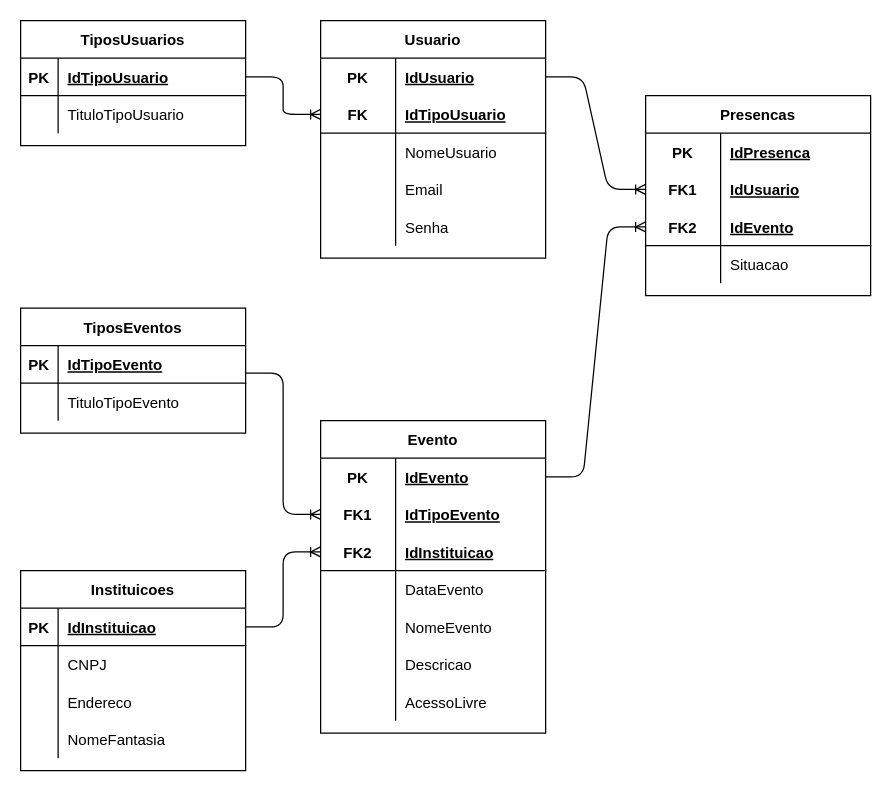
Above: page "Lógico" (2 of 2) of Projeto-GUFI/Projeto-Gufi-Modelos.drawio in Carlos-Augusto-Roque/Sprint1_bd (draw.io), before the change. Source tidied: cells renumbered, new cells numbered last; positions are measured from the earlier drawing's top-left corner, leaving out a move shared by most shapes. Both pictures are drawn from the tidied source at 125%, with x=0, y=0 at pixel (20, 20).
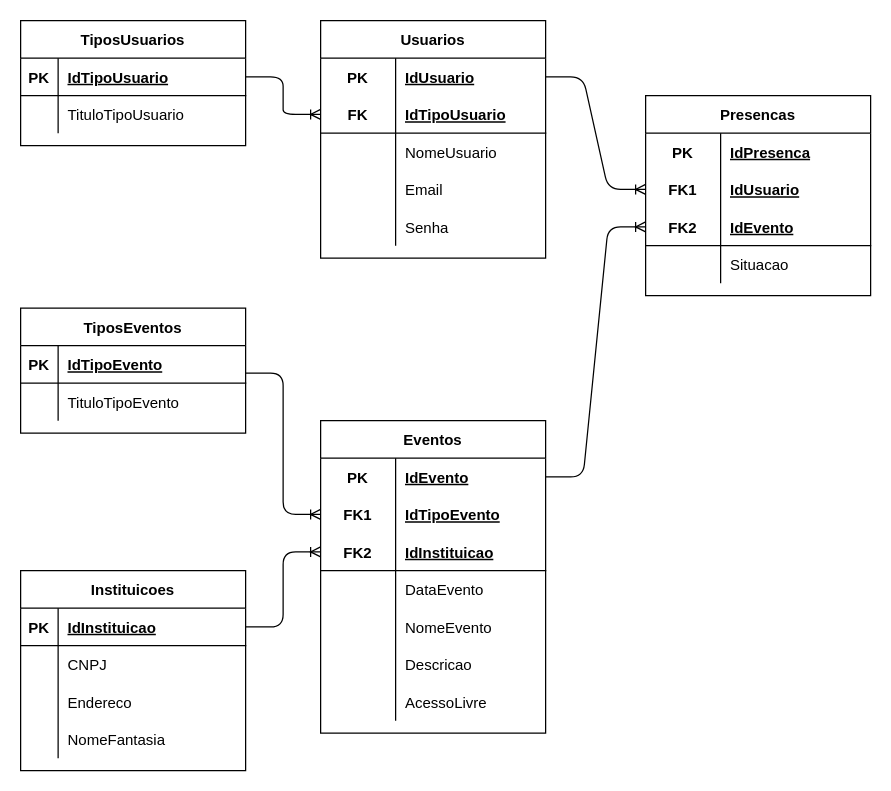
The same diagram, later.

Change to the diagram source:
```diff
@@
-    <mxCell id="29" value="Usuario" style="shape=table;startSize=30;childLayout=tableLayout;rowLines=0;fontStyle=1;align=center;" parent="1" vertex="1">
+    <mxCell id="29" value="Usuarios" style="shape=table;startSize=30;childLayout=tableLayout;rowLines=0;fontStyle=1;align=center;" parent="1" vertex="1">
       <mxGeometry x="240" width="180" height="190" as="geometry" />
     </mxCell>
@@
-    <mxCell id="45" value="Evento" style="shape=table;startSize=30;childLayout=tableLayout;rowLines=0;fontStyle=1;align=center;" parent="1" vertex="1">
+    <mxCell id="45" value="Eventos" style="shape=table;startSize=30;childLayout=tableLayout;rowLines=0;fontStyle=1;align=center;" parent="1" vertex="1">
       <mxGeometry x="240" y="320" width="180" height="250" as="geometry" />
     </mxCell>
```
